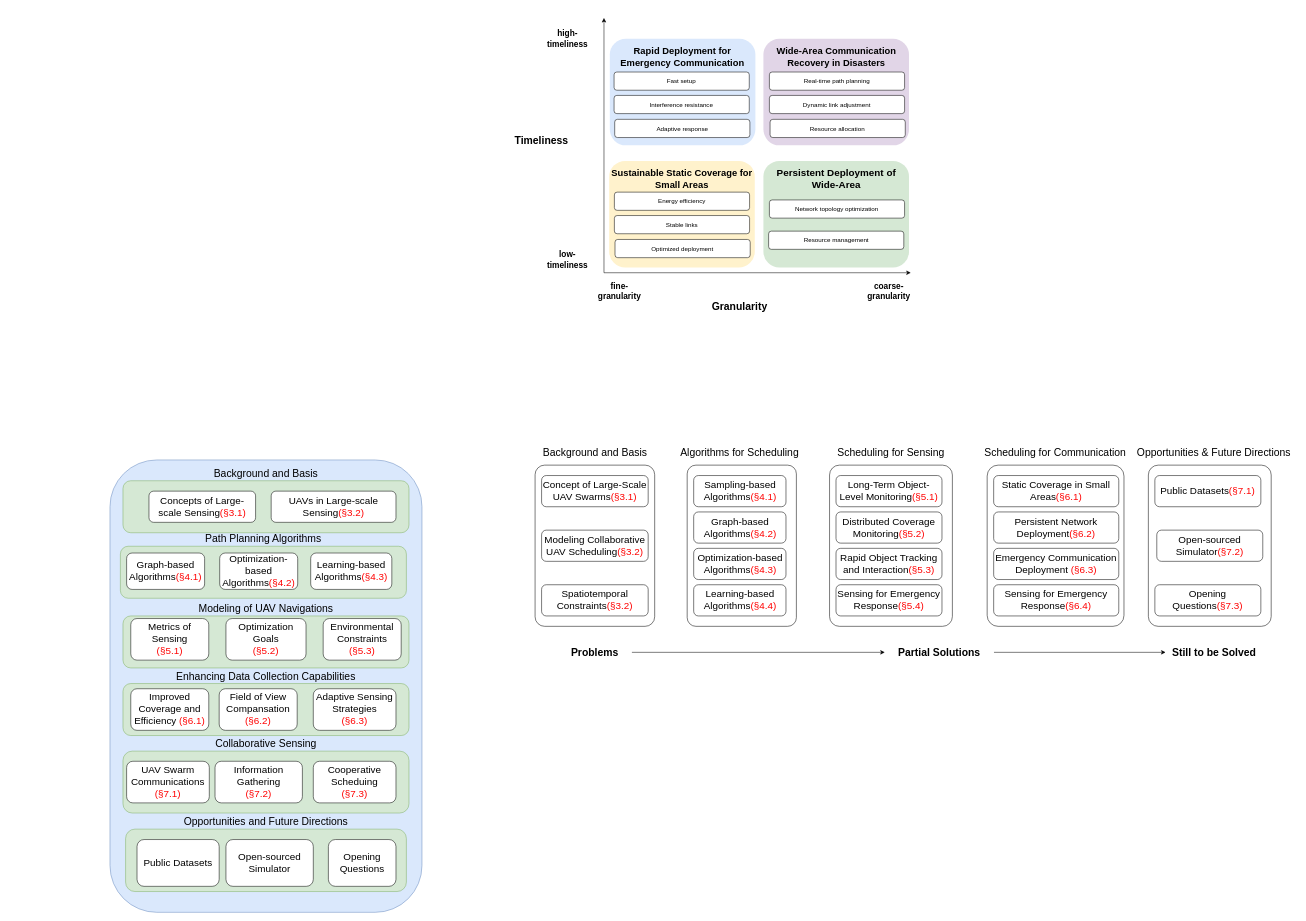
The draw.io diagram survey_uav.drawio in nighood/Diagrams, before the edit. Source tidied: cells renumbered, new cells numbered last; positions are measured from the earlier drawing's top-left corner, leaving out a move shared by most shapes. Both pictures are drawn from the tidied source at 52%, with x=0, y=0 at pixel (110, 18).
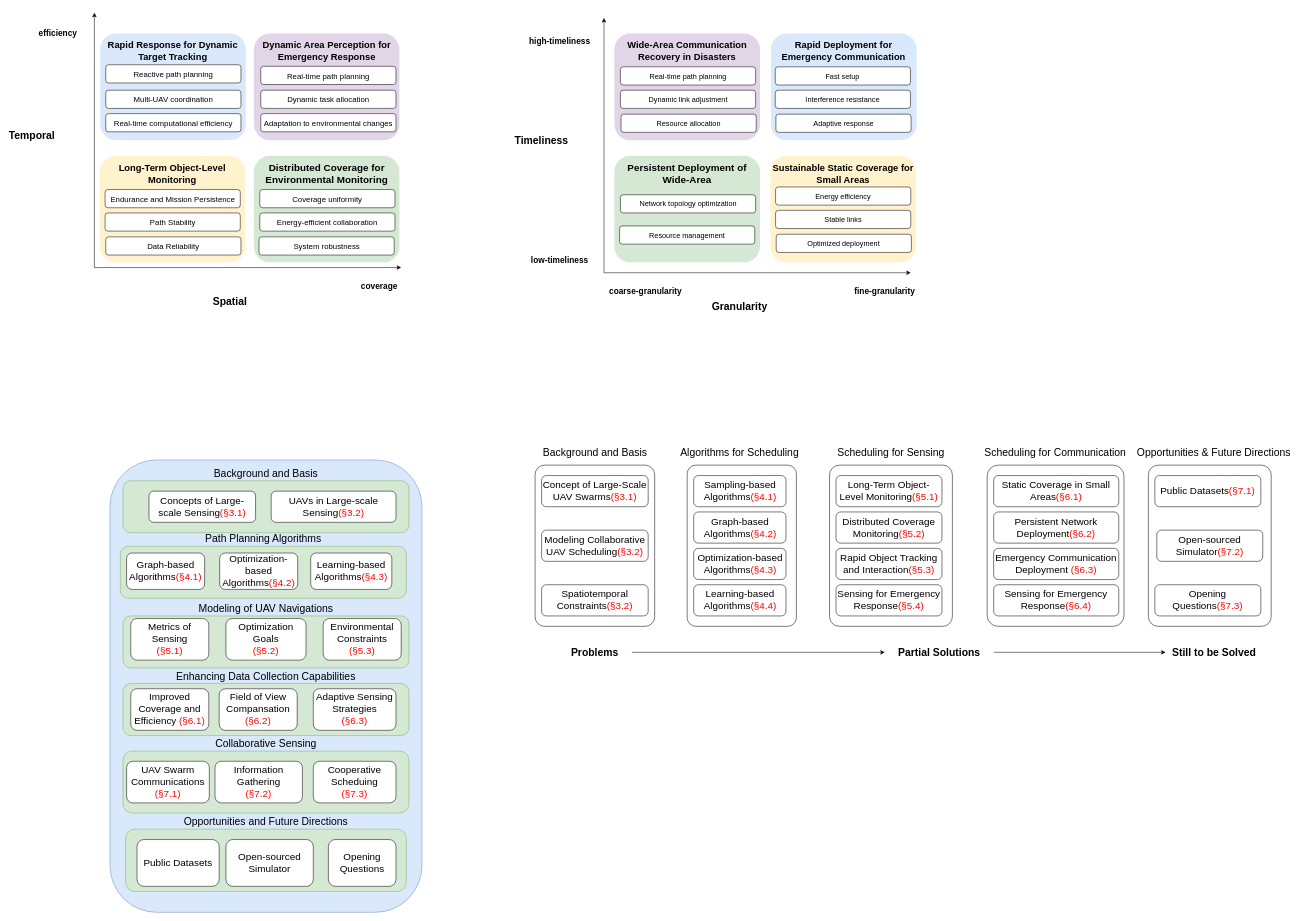
The same diagram, later.

The edit, as a diff of the source:
```diff
@@
     <mxCell id="59" value="&lt;font style=&quot;font-size: 18px;&quot;&gt;&lt;b&gt;Sustainable Static Coverage for Small Areas&lt;/b&gt;&lt;/font&gt;&lt;div&gt;&lt;b&gt;&lt;font style=&quot;font-size: 18px;&quot;&gt;&lt;br&gt;&lt;/font&gt;&lt;/b&gt;&lt;/div&gt;&lt;div&gt;&lt;b&gt;&lt;font style=&quot;font-size: 18px;&quot;&gt;&lt;br&gt;&lt;/font&gt;&lt;/b&gt;&lt;/div&gt;&lt;div&gt;&lt;b&gt;&lt;font style=&quot;font-size: 18px;&quot;&gt;&lt;br&gt;&lt;/font&gt;&lt;/b&gt;&lt;/div&gt;&lt;div&gt;&lt;b&gt;&lt;font style=&quot;font-size: 18px;&quot;&gt;&lt;br&gt;&lt;/font&gt;&lt;/b&gt;&lt;/div&gt;&lt;div&gt;&lt;b&gt;&lt;font style=&quot;font-size: 18px;&quot;&gt;&lt;br&gt;&lt;/font&gt;&lt;/b&gt;&lt;/div&gt;&lt;div&gt;&lt;br&gt;&lt;/div&gt;" style="rounded=1;whiteSpace=wrap;html=1;fontSize=19;fillColor=#fff2cc;strokeColor=none;" parent="1" vertex="1">
-      <mxGeometry x="960" y="275" width="280" height="205" as="geometry" />
+      <mxGeometry x="1270" y="265" width="280" height="205" as="geometry" />
     </mxCell>
@@
     <mxCell id="64" value="&lt;span style=&quot;font-size: 16px;&quot;&gt;&lt;b&gt;fine-granularity&lt;/b&gt;&lt;/span&gt;" style="text;html=1;align=center;verticalAlign=middle;whiteSpace=wrap;rounded=0;" parent="1" vertex="1">
-      <mxGeometry x="950" y="510" width="60" height="30" as="geometry" />
+      <mxGeometry x="1420" y="510" width="140" height="30" as="geometry" />
     </mxCell>
     <mxCell id="65" value="&lt;span style=&quot;font-size: 16px;&quot;&gt;&lt;b&gt;coarse-granularity&lt;/b&gt;&lt;/span&gt;" style="text;html=1;align=center;verticalAlign=middle;whiteSpace=wrap;rounded=0;" parent="1" vertex="1">
-      <mxGeometry x="1468.1" y="510" width="60" height="30" as="geometry" />
+      <mxGeometry x="950" y="510" width="160" height="30" as="geometry" />
     </mxCell>
     <mxCell id="66" value="&lt;span style=&quot;font-size: 16px;&quot;&gt;&lt;b&gt;low-timeliness&lt;/b&gt;&lt;/span&gt;" style="text;html=1;align=center;verticalAlign=middle;whiteSpace=wrap;rounded=0;" parent="1" vertex="1">
-      <mxGeometry x="850" y="450" width="60" height="30" as="geometry" />
+      <mxGeometry x="800" y="451" width="130" height="30" as="geometry" />
     </mxCell>
     <mxCell id="67" value="&lt;span style=&quot;font-size: 16px;&quot;&gt;&lt;b&gt;high-timeliness&lt;/b&gt;&lt;/span&gt;" style="text;html=1;align=center;verticalAlign=middle;whiteSpace=wrap;rounded=0;" parent="1" vertex="1">
-      <mxGeometry x="850" y="25" width="60" height="30" as="geometry" />
+      <mxGeometry x="800" y="30" width="130" height="30" as="geometry" />
     </mxCell>
     <mxCell id="68" value="&lt;b&gt;Persistent Deployment of Wide-Area&lt;br&gt;&lt;/b&gt;&lt;div&gt;&lt;b&gt;&lt;font style=&quot;font-size: 18px;&quot;&gt;&lt;br&gt;&lt;/font&gt;&lt;/b&gt;&lt;/div&gt;&lt;div&gt;&lt;b&gt;&lt;font style=&quot;font-size: 18px;&quot;&gt;&lt;br&gt;&lt;/font&gt;&lt;/b&gt;&lt;/div&gt;&lt;div&gt;&lt;b&gt;&lt;font style=&quot;font-size: 18px;&quot;&gt;&lt;br&gt;&lt;/font&gt;&lt;/b&gt;&lt;/div&gt;&lt;div&gt;&lt;b&gt;&lt;font style=&quot;font-size: 18px;&quot;&gt;&lt;br&gt;&lt;/font&gt;&lt;/b&gt;&lt;/div&gt;&lt;div&gt;&lt;b&gt;&lt;font style=&quot;font-size: 18px;&quot;&gt;&lt;br&gt;&lt;/font&gt;&lt;/b&gt;&lt;/div&gt;&lt;div&gt;&lt;br&gt;&lt;/div&gt;" style="rounded=1;whiteSpace=wrap;html=1;fontSize=19;fillColor=#d5e8d4;strokeColor=none;" parent="1" vertex="1">
-      <mxGeometry x="1256.6" y="275" width="280" height="205" as="geometry" />
+      <mxGeometry x="970" y="265" width="280" height="205" as="geometry" />
     </mxCell>
     <mxCell id="69" value="&lt;font style=&quot;font-size: 18px;&quot;&gt;&lt;b&gt;Rapid Deployment for Emergency Communication&lt;/b&gt;&lt;/font&gt;&lt;div&gt;&lt;b&gt;&lt;font style=&quot;font-size: 18px;&quot;&gt;&lt;br&gt;&lt;/font&gt;&lt;/b&gt;&lt;/div&gt;&lt;div&gt;&lt;b&gt;&lt;font style=&quot;font-size: 18px;&quot;&gt;&lt;br&gt;&lt;/font&gt;&lt;/b&gt;&lt;/div&gt;&lt;div&gt;&lt;b&gt;&lt;font style=&quot;font-size: 18px;&quot;&gt;&lt;br&gt;&lt;/font&gt;&lt;/b&gt;&lt;/div&gt;&lt;div&gt;&lt;b&gt;&lt;font style=&quot;font-size: 18px;&quot;&gt;&lt;br&gt;&lt;/font&gt;&lt;/b&gt;&lt;/div&gt;&lt;div&gt;&lt;b&gt;&lt;font style=&quot;font-size: 18px;&quot;&gt;&lt;br&gt;&lt;/font&gt;&lt;/b&gt;&lt;/div&gt;&lt;div&gt;&lt;br&gt;&lt;/div&gt;" style="rounded=1;whiteSpace=wrap;html=1;fontSize=19;fillColor=#dae8fc;strokeColor=none;" parent="1" vertex="1">
-      <mxGeometry x="961.2" y="40" width="280" height="205" as="geometry" />
+      <mxGeometry x="1271.2" y="30" width="280" height="205" as="geometry" />
     </mxCell>
     <mxCell id="70" value="&lt;font style=&quot;font-size: 18px;&quot;&gt;&lt;b&gt;Wide-Area Communication Recovery in Disasters&lt;br&gt;&lt;/b&gt;&lt;/font&gt;&lt;div&gt;&lt;b&gt;&lt;font style=&quot;font-size: 18px;&quot;&gt;&lt;br&gt;&lt;/font&gt;&lt;/b&gt;&lt;/div&gt;&lt;div&gt;&lt;b&gt;&lt;font style=&quot;font-size: 18px;&quot;&gt;&lt;br&gt;&lt;/font&gt;&lt;/b&gt;&lt;/div&gt;&lt;div&gt;&lt;b&gt;&lt;font style=&quot;font-size: 18px;&quot;&gt;&lt;br&gt;&lt;/font&gt;&lt;/b&gt;&lt;/div&gt;&lt;div&gt;&lt;b&gt;&lt;font style=&quot;font-size: 18px;&quot;&gt;&lt;br&gt;&lt;/font&gt;&lt;/b&gt;&lt;/div&gt;&lt;div&gt;&lt;b&gt;&lt;font style=&quot;font-size: 18px;&quot;&gt;&lt;br&gt;&lt;/font&gt;&lt;/b&gt;&lt;/div&gt;&lt;div&gt;&lt;br&gt;&lt;/div&gt;" style="rounded=1;whiteSpace=wrap;html=1;fontSize=19;fillColor=#e1d5e7;strokeColor=none;" parent="1" vertex="1">
-      <mxGeometry x="1256.6" y="40" width="280" height="205" as="geometry" />
+      <mxGeometry x="970" y="30" width="280" height="205" as="geometry" />
     </mxCell>
-    <mxCell id="71" value="Energy efficiency" style="rounded=1;whiteSpace=wrap;html=1;" parent="1" vertex="1">
-      <mxGeometry x="970" y="335" width="260" height="35" as="geometry" />
+    <mxCell id="71" value="Energy efficiency" style="rounded=1;whiteSpace=wrap;html=1;strokeWidth=1;fontSize=14;" parent="1" vertex="1">
+      <mxGeometry x="1280" y="325" width="260" height="35" as="geometry" />
     </mxCell>
-    <mxCell id="72" value="Stable links" style="rounded=1;whiteSpace=wrap;html=1;" parent="1" vertex="1">
-      <mxGeometry x="970" y="380" width="260" height="35" as="geometry" />
+    <mxCell id="72" value="Stable links" style="rounded=1;whiteSpace=wrap;html=1;strokeWidth=1;fontSize=14;" parent="1" vertex="1">
+      <mxGeometry x="1280" y="370" width="260" height="35" as="geometry" />
     </mxCell>
-    <mxCell id="73" value="Optimized deployment" style="rounded=1;whiteSpace=wrap;html=1;" parent="1" vertex="1">
-      <mxGeometry x="971.2" y="426" width="260" height="35" as="geometry" />
+    <mxCell id="73" value="Optimized deployment" style="rounded=1;whiteSpace=wrap;html=1;strokeWidth=1;fontSize=14;" parent="1" vertex="1">
+      <mxGeometry x="1281.2" y="416" width="260" height="35" as="geometry" />
     </mxCell>
-    <mxCell id="74" value="Network topology optimization" style="rounded=1;whiteSpace=wrap;html=1;" parent="1" vertex="1">
-      <mxGeometry x="1268.1" y="350" width="260" height="35" as="geometry" />
+    <mxCell id="74" value="Network topology optimization" style="rounded=1;whiteSpace=wrap;html=1;strokeWidth=1;fontSize=14;" parent="1" vertex="1">
+      <mxGeometry x="981.6" y="340" width="260" height="35" as="geometry" />
     </mxCell>
-    <mxCell id="75" value="Resource management" style="rounded=1;whiteSpace=wrap;html=1;" parent="1" vertex="1">
-      <mxGeometry x="1266.6" y="410" width="260" height="35" as="geometry" />
+    <mxCell id="75" value="Resource management" style="rounded=1;whiteSpace=wrap;html=1;strokeWidth=1;fontSize=14;" parent="1" vertex="1">
+      <mxGeometry x="980" y="400" width="260" height="35" as="geometry" />
     </mxCell>
-    <mxCell id="76" value="Fast setup" style="rounded=1;whiteSpace=wrap;html=1;" parent="1" vertex="1">
-      <mxGeometry x="969.4" y="104" width="260" height="35" as="geometry" />
+    <mxCell id="76" value="Fast setup" style="rounded=1;whiteSpace=wrap;html=1;strokeWidth=1;fontSize=14;" parent="1" vertex="1">
+      <mxGeometry x="1279.4" y="94" width="260" height="35" as="geometry" />
     </mxCell>
-    <mxCell id="77" value="Interference resistance" style="rounded=1;whiteSpace=wrap;html=1;" parent="1" vertex="1">
-      <mxGeometry x="969.4" y="149" width="260" height="35" as="geometry" />
+    <mxCell id="77" value="Interference resistance" style="rounded=1;whiteSpace=wrap;html=1;strokeWidth=1;fontSize=14;" parent="1" vertex="1">
+      <mxGeometry x="1279.4" y="139" width="260" height="35" as="geometry" />
     </mxCell>
-    <mxCell id="78" value="Adaptive response" style="rounded=1;whiteSpace=wrap;html=1;" parent="1" vertex="1">
-      <mxGeometry x="970.6" y="195" width="260" height="35" as="geometry" />
+    <mxCell id="78" value="Adaptive response" style="rounded=1;whiteSpace=wrap;html=1;strokeWidth=1;fontSize=14;" parent="1" vertex="1">
+      <mxGeometry x="1280.6" y="185" width="260" height="35" as="geometry" />
     </mxCell>
-    <mxCell id="79" value="Real-time path planning" style="rounded=1;whiteSpace=wrap;html=1;" parent="1" vertex="1">
-      <mxGeometry x="1268.1" y="104" width="260" height="35" as="geometry" />
+    <mxCell id="79" value="Real-time path planning" style="rounded=1;whiteSpace=wrap;html=1;strokeWidth=1;fontSize=14;" parent="1" vertex="1">
+      <mxGeometry x="981.6" y="94" width="260" height="35" as="geometry" />
     </mxCell>
-    <mxCell id="80" value="Dynamic link adjustment" style="rounded=1;whiteSpace=wrap;html=1;" parent="1" vertex="1">
-      <mxGeometry x="1268.1" y="149" width="260" height="35" as="geometry" />
+    <mxCell id="80" value="Dynamic link adjustment" style="rounded=1;whiteSpace=wrap;html=1;strokeWidth=1;fontSize=14;" parent="1" vertex="1">
+      <mxGeometry x="981.6" y="139" width="260" height="35" as="geometry" />
     </mxCell>
-    <mxCell id="81" value="Resource allocation" style="rounded=1;whiteSpace=wrap;html=1;" parent="1" vertex="1">
-      <mxGeometry x="1269.4" y="195" width="260" height="35" as="geometry" />
+    <mxCell id="81" value="Resource allocation" style="rounded=1;whiteSpace=wrap;html=1;strokeWidth=1;fontSize=14;" parent="1" vertex="1">
+      <mxGeometry x="982.8" y="185" width="260" height="35" as="geometry" />
     </mxCell>
+    <mxCell id="82" value="&lt;b style=&quot;font-size: 18px; background-color: initial;&quot;&gt;Long-Term Object-Level Monitoring&lt;/b&gt;&lt;div&gt;&lt;br&gt;&lt;/div&gt;&lt;div&gt;&lt;br&gt;&lt;/div&gt;&lt;div&gt;&lt;b&gt;&lt;font style=&quot;font-size: 18px;&quot;&gt;&lt;br&gt;&lt;/font&gt;&lt;/b&gt;&lt;/div&gt;&lt;div&gt;&lt;b&gt;&lt;font style=&quot;font-size: 18px;&quot;&gt;&lt;br&gt;&lt;/font&gt;&lt;/b&gt;&lt;/div&gt;&lt;div&gt;&lt;b&gt;&lt;font style=&quot;font-size: 18px;&quot;&gt;&lt;br&gt;&lt;/font&gt;&lt;/b&gt;&lt;/div&gt;&lt;div&gt;&lt;br&gt;&lt;/div&gt;" style="rounded=1;whiteSpace=wrap;html=1;fontSize=19;fillColor=#fff2cc;strokeColor=none;" parent="1" vertex="1">
+      <mxGeometry x="-20" y="265" width="280" height="205" as="geometry" />
+    </mxCell>
+    <mxCell id="83" style="endArrow=classic;html=1;rounded=0;" parent="1" edge="1">
+      <mxGeometry relative="1" as="geometry">
+        <mxPoint x="-30" y="480" as="sourcePoint" />
+        <mxPoint x="560" y="480" as="targetPoint" />
+      </mxGeometry>
+    </mxCell>
+    <mxCell id="84" style="endArrow=classic;html=1;rounded=0;" parent="1" edge="1">
+      <mxGeometry relative="1" as="geometry">
+        <mxPoint x="-30" y="480" as="sourcePoint" />
+        <mxPoint x="-30" y="-10" as="targetPoint" />
+      </mxGeometry>
+    </mxCell>
+    <mxCell id="85" value="&lt;b&gt;&lt;font style=&quot;font-size: 20px;&quot;&gt;Spatial&lt;/font&gt;&lt;/b&gt;" style="text;html=1;align=center;verticalAlign=middle;whiteSpace=wrap;rounded=0;" parent="1" vertex="1">
+      <mxGeometry x="201.2" y="530" width="60" height="30" as="geometry" />
+    </mxCell>
+    <mxCell id="86" value="&lt;span style=&quot;font-size: 20px;&quot;&gt;&lt;b&gt;Temporal&lt;/b&gt;&lt;/span&gt;" style="text;html=1;align=center;verticalAlign=middle;whiteSpace=wrap;rounded=0;" parent="1" vertex="1">
+      <mxGeometry x="-180" y="210" width="60" height="30" as="geometry" />
+    </mxCell>
+    <mxCell id="87" value="&lt;span style=&quot;font-size: 16px;&quot;&gt;&lt;b&gt;coverage&lt;/b&gt;&lt;/span&gt;" style="text;html=1;align=center;verticalAlign=middle;whiteSpace=wrap;rounded=0;" parent="1" vertex="1">
+      <mxGeometry x="488.1" y="500" width="60" height="30" as="geometry" />
+    </mxCell>
+    <mxCell id="88" value="&lt;span style=&quot;font-size: 16px;&quot;&gt;&lt;b&gt;efficiency&lt;/b&gt;&lt;/span&gt;" style="text;html=1;align=center;verticalAlign=middle;whiteSpace=wrap;rounded=0;" parent="1" vertex="1">
+      <mxGeometry x="-130" y="15" width="60" height="30" as="geometry" />
+    </mxCell>
+    <mxCell id="89" value="&lt;b&gt;Distributed Coverage for Environmental Monitoring&lt;/b&gt;&lt;br&gt;&lt;div&gt;&lt;b&gt;&lt;font style=&quot;font-size: 18px;&quot;&gt;&lt;br&gt;&lt;/font&gt;&lt;/b&gt;&lt;/div&gt;&lt;div&gt;&lt;b&gt;&lt;font style=&quot;font-size: 18px;&quot;&gt;&lt;br&gt;&lt;/font&gt;&lt;/b&gt;&lt;/div&gt;&lt;div&gt;&lt;b&gt;&lt;font style=&quot;font-size: 18px;&quot;&gt;&lt;br&gt;&lt;/font&gt;&lt;/b&gt;&lt;/div&gt;&lt;div&gt;&lt;b&gt;&lt;font style=&quot;font-size: 18px;&quot;&gt;&lt;br&gt;&lt;/font&gt;&lt;/b&gt;&lt;/div&gt;&lt;div&gt;&lt;b&gt;&lt;font style=&quot;font-size: 18px;&quot;&gt;&lt;br&gt;&lt;/font&gt;&lt;/b&gt;&lt;/div&gt;&lt;div&gt;&lt;br&gt;&lt;/div&gt;" style="rounded=1;whiteSpace=wrap;html=1;fontSize=19;fillColor=#d5e8d4;strokeColor=none;" parent="1" vertex="1">
+      <mxGeometry x="276.6" y="265" width="280" height="205" as="geometry" />
+    </mxCell>
+    <mxCell id="90" value="&lt;span style=&quot;font-size: 18px;&quot;&gt;&lt;b&gt;Rapid Response for Dynamic Target Tracking&lt;/b&gt;&lt;/span&gt;&lt;br&gt;&lt;div&gt;&lt;b&gt;&lt;font style=&quot;font-size: 18px;&quot;&gt;&lt;br&gt;&lt;/font&gt;&lt;/b&gt;&lt;/div&gt;&lt;div&gt;&lt;b&gt;&lt;font style=&quot;font-size: 18px;&quot;&gt;&lt;br&gt;&lt;/font&gt;&lt;/b&gt;&lt;/div&gt;&lt;div&gt;&lt;b&gt;&lt;font style=&quot;font-size: 18px;&quot;&gt;&lt;br&gt;&lt;/font&gt;&lt;/b&gt;&lt;/div&gt;&lt;div&gt;&lt;b&gt;&lt;font style=&quot;font-size: 18px;&quot;&gt;&lt;br&gt;&lt;/font&gt;&lt;/b&gt;&lt;/div&gt;&lt;div&gt;&lt;b&gt;&lt;font style=&quot;font-size: 18px;&quot;&gt;&lt;br&gt;&lt;/font&gt;&lt;/b&gt;&lt;/div&gt;&lt;div&gt;&lt;br&gt;&lt;/div&gt;" style="rounded=1;whiteSpace=wrap;html=1;fontSize=19;fillColor=#dae8fc;strokeColor=none;" parent="1" vertex="1">
+      <mxGeometry x="-18.8" y="30" width="280" height="205" as="geometry" />
+    </mxCell>
+    <mxCell id="91" value="&lt;font style=&quot;&quot;&gt;&lt;span style=&quot;font-size: 18px;&quot;&gt;&lt;b&gt;Dynamic Area Perception for Emergency Response&lt;/b&gt;&lt;/span&gt;&lt;br&gt;&lt;/font&gt;&lt;div&gt;&lt;b&gt;&lt;font style=&quot;font-size: 18px;&quot;&gt;&lt;br&gt;&lt;/font&gt;&lt;/b&gt;&lt;/div&gt;&lt;div&gt;&lt;b&gt;&lt;font style=&quot;font-size: 18px;&quot;&gt;&lt;br&gt;&lt;/font&gt;&lt;/b&gt;&lt;/div&gt;&lt;div&gt;&lt;b&gt;&lt;font style=&quot;font-size: 18px;&quot;&gt;&lt;br&gt;&lt;/font&gt;&lt;/b&gt;&lt;/div&gt;&lt;div&gt;&lt;b&gt;&lt;font style=&quot;font-size: 18px;&quot;&gt;&lt;br&gt;&lt;/font&gt;&lt;/b&gt;&lt;/div&gt;&lt;div&gt;&lt;b&gt;&lt;font style=&quot;font-size: 18px;&quot;&gt;&lt;br&gt;&lt;/font&gt;&lt;/b&gt;&lt;/div&gt;&lt;div&gt;&lt;br&gt;&lt;/div&gt;" style="rounded=1;whiteSpace=wrap;html=1;fontSize=19;fillColor=#e1d5e7;strokeColor=none;" parent="1" vertex="1">
+      <mxGeometry x="276.6" y="30" width="280" height="205" as="geometry" />
+    </mxCell>
+    <mxCell id="92" value="Coverage uniformity" style="rounded=1;whiteSpace=wrap;html=1;fontSize=15;" parent="1" vertex="1">
+      <mxGeometry x="288.1" y="330" width="260" height="35" as="geometry" />
+    </mxCell>
+    <mxCell id="93" value="Energy-efficient collaboration" style="rounded=1;whiteSpace=wrap;html=1;fontSize=15;" parent="1" vertex="1">
+      <mxGeometry x="288.1" y="375" width="260" height="35" as="geometry" />
+    </mxCell>
+    <mxCell id="94" value="Reactive path planning" style="rounded=1;whiteSpace=wrap;html=1;fontSize=15;" parent="1" vertex="1">
+      <mxGeometry x="-8.1" y="90" width="260" height="35" as="geometry" />
+    </mxCell>
+    <mxCell id="95" value="Multi-UAV coordination" style="rounded=1;whiteSpace=wrap;html=1;fontSize=15;" parent="1" vertex="1">
+      <mxGeometry x="-8.1" y="139" width="260" height="35" as="geometry" />
+    </mxCell>
+    <mxCell id="96" value="Real-time path planning" style="rounded=1;whiteSpace=wrap;html=1;fontSize=15;" parent="1" vertex="1">
+      <mxGeometry x="290" y="93" width="260" height="35" as="geometry" />
+    </mxCell>
+    <mxCell id="97" value="Dynamic task allocation" style="rounded=1;whiteSpace=wrap;html=1;fontSize=15;" parent="1" vertex="1">
+      <mxGeometry x="290" y="139" width="260" height="35" as="geometry" />
+    </mxCell>
+    <mxCell id="98" value="Endurance and Mission Persistence" style="rounded=1;whiteSpace=wrap;html=1;fontSize=15;" parent="1" vertex="1">
+      <mxGeometry x="-9.4" y="330" width="260" height="35" as="geometry" />
+    </mxCell>
+    <mxCell id="99" value="Path Stability" style="rounded=1;whiteSpace=wrap;html=1;fontSize=15;" parent="1" vertex="1">
+      <mxGeometry x="-9.4" y="375" width="260" height="35" as="geometry" />
+    </mxCell>
+    <mxCell id="100" value="Data Reliability" style="rounded=1;whiteSpace=wrap;html=1;fontSize=15;" parent="1" vertex="1">
+      <mxGeometry x="-8.1" y="421" width="260" height="35" as="geometry" />
+    </mxCell>
+    <mxCell id="101" value="System robustness" style="rounded=1;whiteSpace=wrap;html=1;fontSize=15;" parent="1" vertex="1">
+      <mxGeometry x="286.6" y="421" width="260" height="35" as="geometry" />
+    </mxCell>
+    <mxCell id="102" value="Real-time computational efficiency" style="rounded=1;whiteSpace=wrap;html=1;fontSize=15;" parent="1" vertex="1">
+      <mxGeometry x="-8.1" y="184" width="260" height="35" as="geometry" />
+    </mxCell>
+    <mxCell id="103" value="Adaptation to environmental changes" style="rounded=1;whiteSpace=wrap;html=1;fontSize=15;" parent="1" vertex="1">
+      <mxGeometry x="290" y="184" width="260" height="35" as="geometry" />
+    </mxCell>
```
